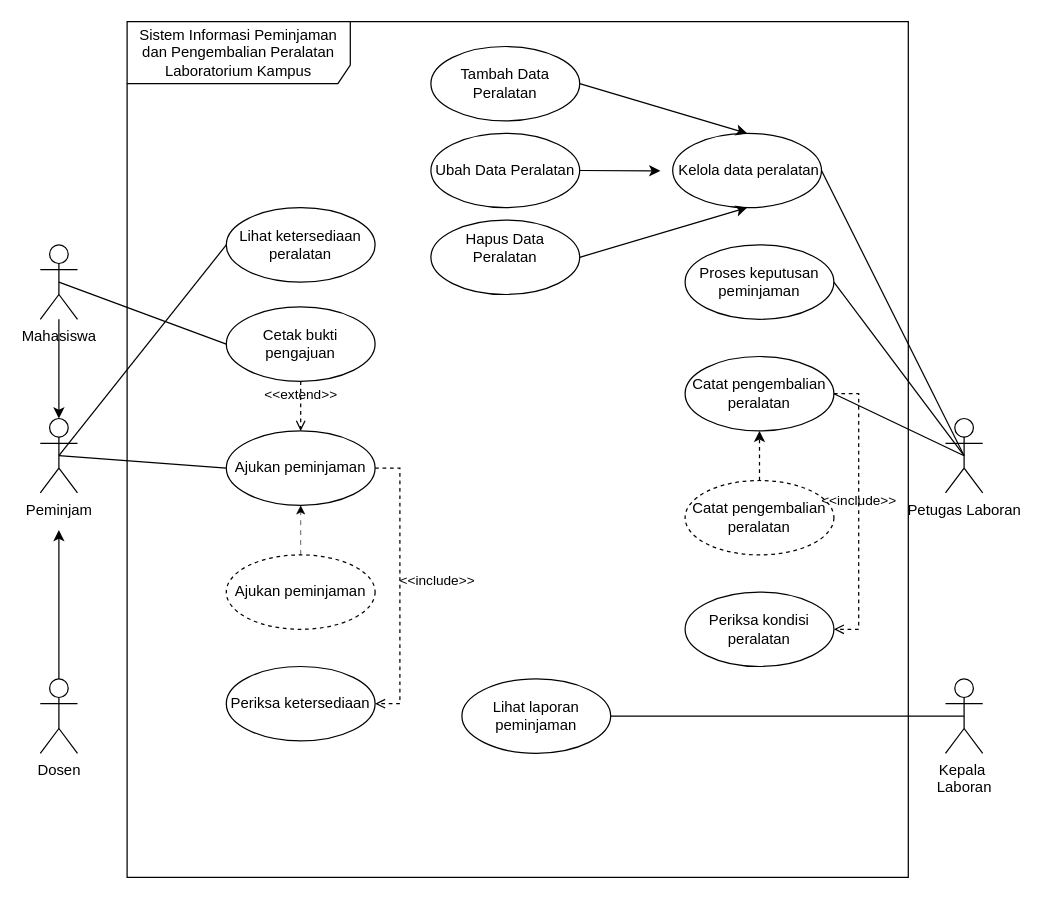
Earlier version of the draw.io diagram 03_latihan_tools/P04/LAB/P04_2406016_LAB_usecase_v01.drawio (eqy13/IFRWP5149_2406016_LabAlat). Source tidied: cells renumbered, new cells numbered last; positions are measured from the earlier drawing's top-left corner, leaving out a move shared by most shapes. Both pictures are drawn from the tidied source at 124%, with x=0, y=0 at pixel (40, 21).
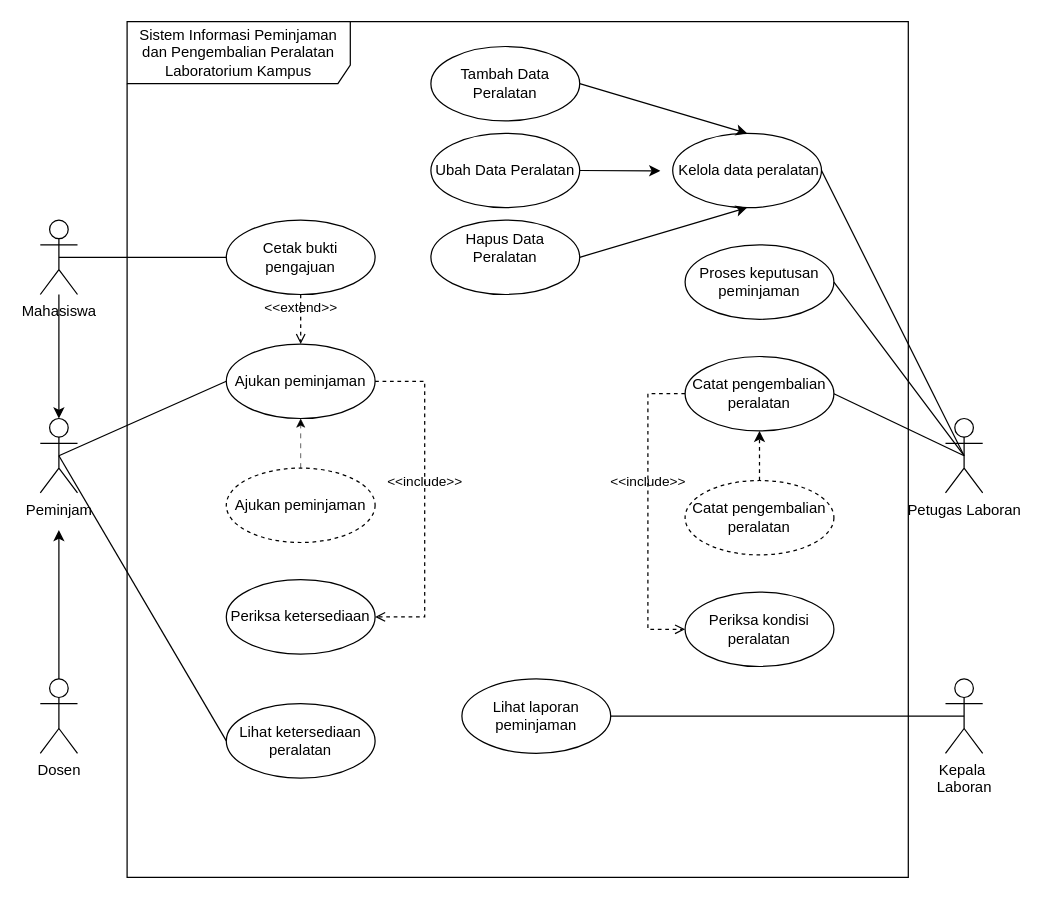
The same page after the edit.

The change refers to these unchanged cells:
```xml
<mxCell id="2" value="Sistem Informasi Peminjaman dan Pengembalian Peralatan&lt;br/&gt;Laboratorium Kampus" style="shape=umlFrame;whiteSpace=wrap;html=1;width=180;height=50;" parent="1" vertex="1">
  <mxGeometry x="70" width="630" height="690" as="geometry" />
</mxCell>
<mxCell id="20" value="Catat pengembalian peralatan" style="ellipse;html=1;whiteSpace=wrap;" parent="2" vertex="1">
  <mxGeometry x="450" y="270" width="120" height="60" as="geometry" />
</mxCell>
<mxCell id="23" value="Periksa kondisi peralatan" style="ellipse;html=1;whiteSpace=wrap;strokeWidth=1;" parent="2" vertex="1">
  <mxGeometry x="450" y="460" width="120" height="60" as="geometry" />
</mxCell>
```

What changed in the source:
```diff
@@
     <mxCell id="3" value="Lihat ketersediaan&lt;br/&gt;peralatan" style="ellipse;html=1;whiteSpace=wrap;" parent="2" vertex="1">
-      <mxGeometry x="80" y="150" width="120" height="60" as="geometry" />
+      <mxGeometry x="80" y="550" width="120" height="60" as="geometry" />
     </mxCell>
@@
     <mxCell id="5" value="Ajukan peminjaman" style="ellipse;html=1;whiteSpace=wrap;" parent="2" vertex="1">
-      <mxGeometry x="80" y="330" width="120" height="60" as="geometry" />
+      <mxGeometry x="80" y="260" width="120" height="60" as="geometry" />
     </mxCell>
     <mxCell id="6" value="Periksa ketersediaan" style="ellipse;html=1;whiteSpace=wrap;" parent="2" vertex="1">
-      <mxGeometry x="80" y="520" width="120" height="60" as="geometry" />
+      <mxGeometry x="80" y="450" width="120" height="60" as="geometry" />
     </mxCell>
     <mxCell id="7" value="Cetak bukti pengajuan" style="ellipse;html=1;whiteSpace=wrap;" parent="2" vertex="1">
-      <mxGeometry x="80" y="230" width="120" height="60" as="geometry" />
+      <mxGeometry x="80" y="160" width="120" height="60" as="geometry" />
     </mxCell>
@@
-    <mxCell id="10" value="&amp;lt;&amp;lt;include&amp;gt;&amp;gt;" style="html=1;verticalAlign=bottom;labelBackgroundColor=none;endArrow=open;endFill=0;dashed=1;rounded=0;exitX=1;exitY=0.5;exitDx=0;exitDy=0;entryX=1;entryY=0.5;entryDx=0;entryDy=0;edgeStyle=orthogonalEdgeStyle;" parent="2" edge="1" source="5" target="6">
-      <mxGeometry x="0.04" y="30" relative="1" as="geometry">
-        <Array as="points">
-          <mxPoint x="220" y="360" />
-          <mxPoint x="220" y="550" />
-        </Array>
-      </mxGeometry>
-    </mxCell>
@@
     <mxCell id="19" value="Ajukan peminjaman" style="ellipse;html=1;whiteSpace=wrap;strokeColor=default;dashed=1;" parent="2" vertex="1">
-      <mxGeometry x="80" y="430" width="120" height="60" as="geometry" />
+      <mxGeometry x="80" y="360" width="120" height="60" as="geometry" />
     </mxCell>
@@
-    <mxCell id="24" value="&amp;lt;&amp;lt;include&amp;gt;&amp;gt;" style="html=1;verticalAlign=bottom;labelBackgroundColor=none;endArrow=open;endFill=0;dashed=1;rounded=0;exitX=1;exitY=0.5;exitDx=0;exitDy=0;entryX=1;entryY=0.5;entryDx=0;entryDy=0;edgeStyle=orthogonalEdgeStyle;" parent="2" edge="1" source="20" target="23">
-      <mxGeometry relative="1" as="geometry">
+    <mxCell id="24" value="&amp;lt;&amp;lt;include&amp;gt;&amp;gt;" style="html=1;verticalAlign=bottom;labelBackgroundColor=none;endArrow=open;endFill=0;dashed=1;rounded=0;exitX=0;exitY=0.5;exitDx=0;exitDy=0;entryX=0;entryY=0.5;entryDx=0;entryDy=0;edgeStyle=orthogonalEdgeStyle;" parent="2" edge="1" source="20" target="23">
+      <mxGeometry x="-0.12" relative="1" as="geometry">
         <Array as="points">
-          <mxPoint x="590" y="300" />
-          <mxPoint x="590" y="490" />
+          <mxPoint x="420" y="300" />
+          <mxPoint x="420" y="490" />
         </Array>
       </mxGeometry>
     </mxCell>
+    <mxCell id="10" value="&amp;lt;&amp;lt;include&amp;gt;&amp;gt;" style="html=1;verticalAlign=bottom;labelBackgroundColor=none;endArrow=open;endFill=0;dashed=1;rounded=0;defaultLabelBackgroundColor=page;exitX=1;exitY=0.5;exitDx=0;exitDy=0;entryX=1;entryY=0.5;entryDx=0;entryDy=0;edgeStyle=orthogonalEdgeStyle;" parent="2" edge="1" source="5" target="6">
+      <mxGeometry x="-0.04" relative="1" as="geometry">
+        <Array as="points">
+          <mxPoint x="240" y="290" />
+          <mxPoint x="240" y="480" />
+        </Array>
+      </mxGeometry>
+    </mxCell>
@@
     <mxCell id="31" value="Mahasiswa" style="shape=umlActor;verticalLabelPosition=bottom;verticalAlign=top;html=1;" parent="1" vertex="1">
-      <mxGeometry y="180" width="30" height="60" as="geometry" />
+      <mxGeometry y="160" width="30" height="60" as="geometry" />
     </mxCell>
```
